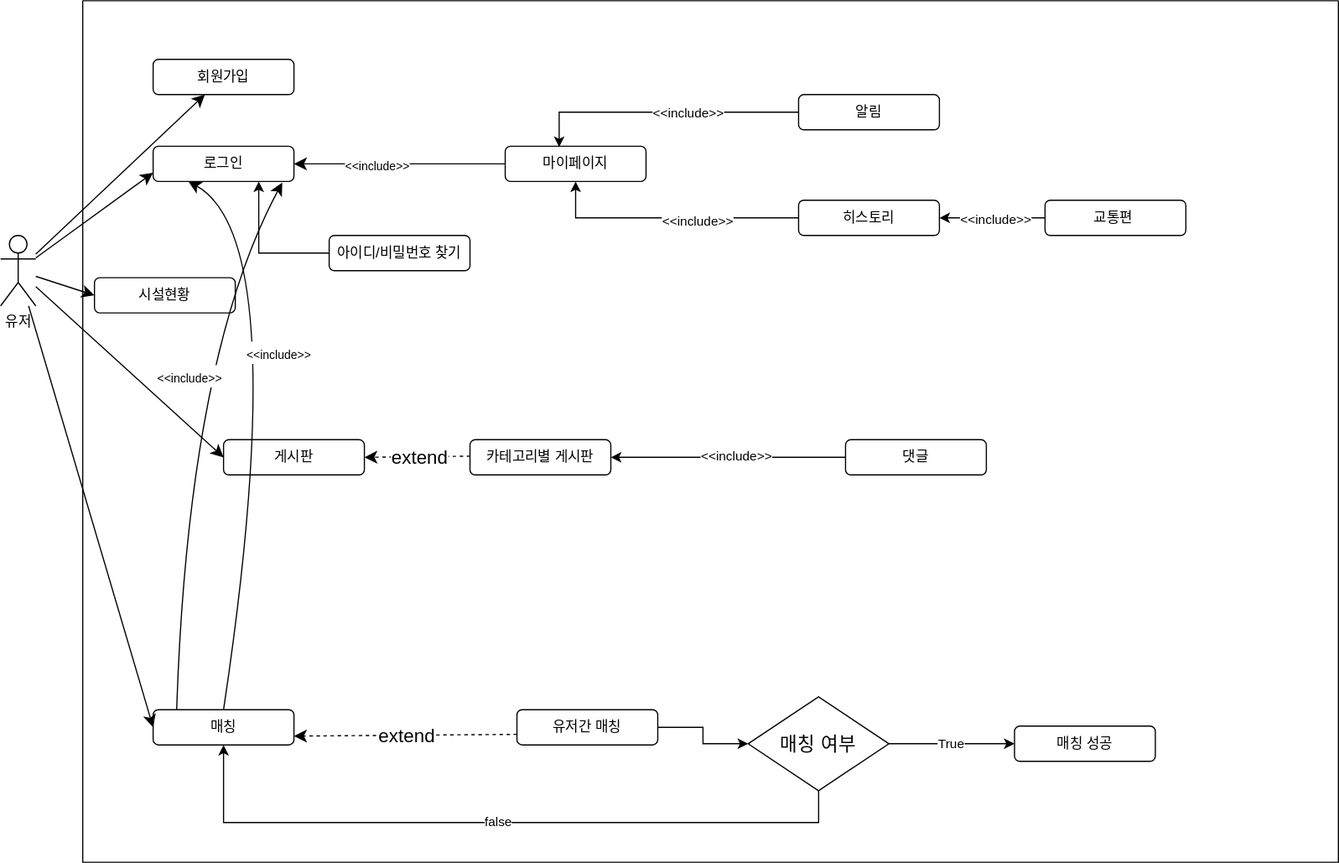
Kimminwoo02/Team_Project keeps this draw.io diagram as document/1차_수정본_UseCase.drawio.svg. Above is the earlier version. Source tidied: cells renumbered, new cells last; positions are measured from the earlier drawing's top-left corner, leaving out a move shared by most shapes.
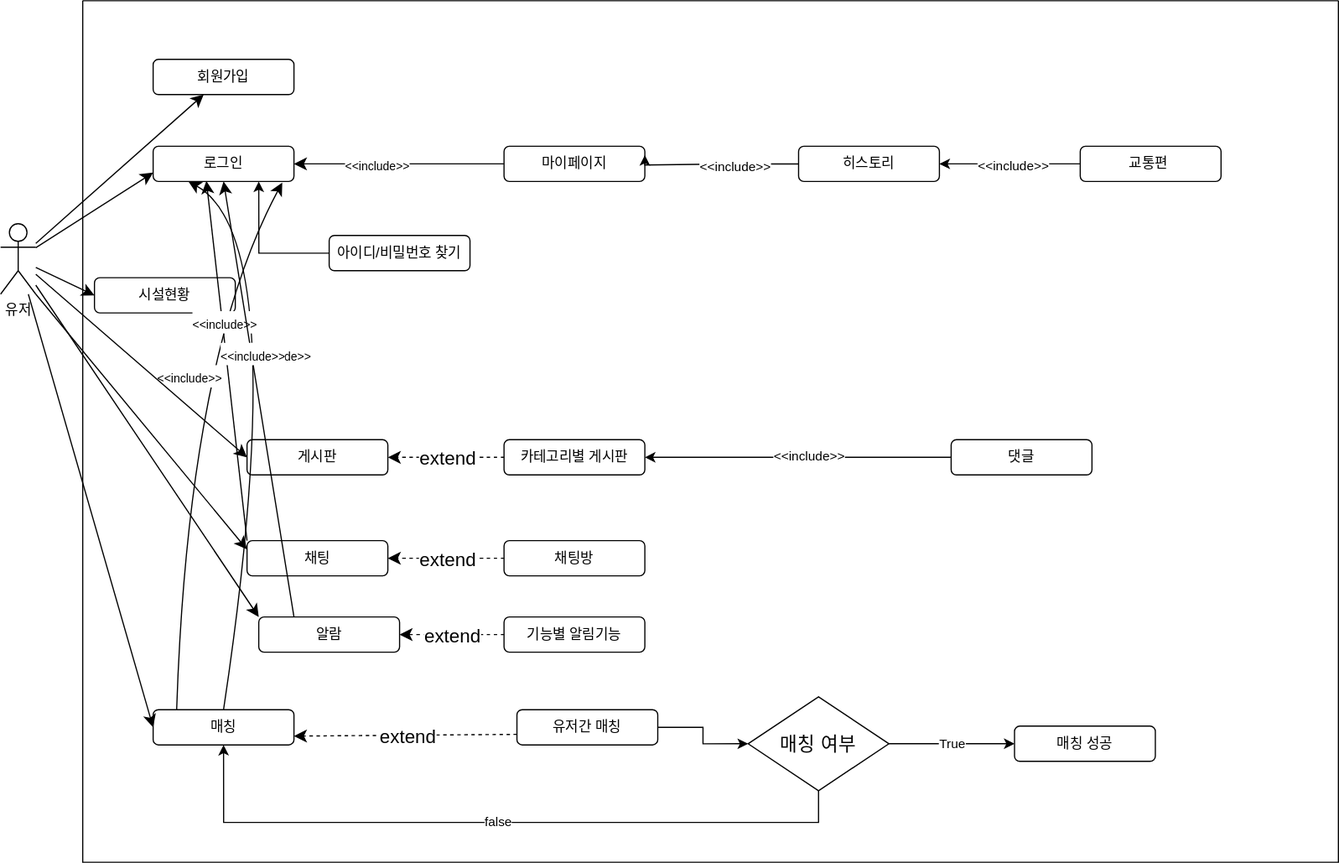
Above is the later version.

Commit message:
UseCase 2차 수정, 알람과 채팅 추가.

Diff of the diagram source:
```diff
@@ -3,7 +3,7 @@
     <mxCell id="0" />
     <mxCell id="1" parent="0" />
     <mxCell id="2" style="swimlane;startSize=0;" parent="1" vertex="1">
-      <mxGeometry x="70" width="1070" height="734" as="geometry" />
+      <mxGeometry x="70" y="10" width="1070" height="734" as="geometry" />
     </mxCell>
     <mxCell id="3" value="시설현황" style="rounded=1;whiteSpace=wrap;html=1;" parent="2" vertex="1">
       <mxGeometry x="10" y="236" width="120" height="30" as="geometry" />
@@ -12,7 +12,7 @@
       <mxGeometry x="60" y="50" width="120" height="30" as="geometry" />
     </mxCell>
     <mxCell id="5" value="게시판" style="rounded=1;whiteSpace=wrap;html=1;" parent="2" vertex="1">
-      <mxGeometry x="120" y="374" width="120" height="30" as="geometry" />
+      <mxGeometry x="140" y="374" width="120" height="30" as="geometry" />
     </mxCell>
     <mxCell id="6" value="매칭" style="rounded=1;whiteSpace=wrap;html=1;" parent="2" vertex="1">
       <mxGeometry x="60" y="604" width="120" height="30" as="geometry" />
@@ -27,7 +27,7 @@
       <mxGeometry x="0.21" y="-1" relative="1" as="geometry" />
     </mxCell>
     <mxCell id="10" value="마이페이지" style="rounded=1;whiteSpace=wrap;html=1;" parent="2" vertex="1">
-      <mxGeometry x="360" y="124" width="120" height="30" as="geometry" />
+      <mxGeometry x="359" y="124" width="120" height="30" as="geometry" />
     </mxCell>
     <mxCell id="11" style="edgeStyle=orthogonalEdgeStyle;rounded=0;jettySize=auto;html=1;entryX=0;entryY=0.5;entryDx=0;entryDy=0;" parent="2" edge="1" source="12" target="21">
       <mxGeometry relative="1" as="geometry" />
@@ -81,12 +81,10 @@
       <mxGeometry x="794" y="618" width="120" height="30" as="geometry" />
     </mxCell>
     <mxCell id="23" value="카테고리별 게시판" style="rounded=1;whiteSpace=wrap;html=1;" parent="2" vertex="1">
-      <mxGeometry x="330" y="374" width="120" height="30" as="geometry" />
+      <mxGeometry x="359" y="374" width="120" height="30" as="geometry" />
     </mxCell>
-    <mxCell id="24" style="edgeStyle=none;curved=1;rounded=0;jettySize=auto;html=1;fontSize=12;startSize=8;endSize=8;dashed=1;entryX=1;entryY=0.5;entryDx=0;entryDy=0;exitX=0;exitY=0.5;exitDx=0;exitDy=0;" parent="2" edge="1" target="5">
-      <mxGeometry relative="1" as="geometry">
-        <mxPoint x="330" y="388" as="sourcePoint" />
-      </mxGeometry>
+    <mxCell id="24" style="edgeStyle=none;curved=1;rounded=0;jettySize=auto;html=1;fontSize=12;startSize=8;endSize=8;dashed=1;entryX=1;entryY=0.5;entryDx=0;entryDy=0;exitX=0;exitY=0.5;exitDx=0;exitDy=0;" parent="2" edge="1" source="23" target="5">
+      <mxGeometry relative="1" as="geometry" />
     </mxCell>
     <mxCell id="25" value="extend" style="edgeLabel;html=1;align=center;verticalAlign=middle;fontSize=16;" parent="24" vertex="1">
       <mxGeometry x="-0.01" relative="1" as="geometry" />
@@ -98,7 +96,7 @@
       <mxGeometry x="-0.07" y="-2" relative="1" as="geometry" />
     </mxCell>
     <mxCell id="28" value="댓글" style="rounded=1;whiteSpace=wrap;html=1;" parent="2" vertex="1">
-      <mxGeometry x="650" y="374" width="120" height="30" as="geometry" />
+      <mxGeometry x="740" y="374" width="120" height="30" as="geometry" />
     </mxCell>
     <mxCell id="29" style="edgeStyle=orthogonalEdgeStyle;rounded=0;jettySize=auto;html=1;entryX=0.75;entryY=1;entryDx=0;entryDy=0;" parent="2" edge="1" source="30" target="7">
       <mxGeometry relative="1" as="geometry" />
@@ -106,17 +104,13 @@
     <mxCell id="30" value="아이디/비밀번호 찾기" style="rounded=1;whiteSpace=wrap;html=1;" parent="2" vertex="1">
       <mxGeometry x="210" y="200" width="120" height="30" as="geometry" />
     </mxCell>
-    <mxCell id="31" style="edgeStyle=orthogonalEdgeStyle;rounded=0;jettySize=auto;html=1;entryX=0.383;entryY=0.022;entryDx=0;entryDy=0;entryPerimeter=0;" parent="2" edge="1" source="33" target="10">
-      <mxGeometry relative="1" as="geometry" />
-    </mxCell>
-    <mxCell id="32" value="&amp;lt;&amp;lt;include&amp;gt;&amp;gt;" style="edgeLabel;html=1;align=center;verticalAlign=middle;" parent="31" vertex="1">
-      <mxGeometry x="-0.19" relative="1" as="geometry" />
-    </mxCell>
-    <mxCell id="33" value="알림" style="rounded=1;whiteSpace=wrap;html=1;" parent="2" vertex="1">
-      <mxGeometry x="610" y="80" width="120" height="30" as="geometry" />
-    </mxCell>
-    <mxCell id="34" style="edgeStyle=orthogonalEdgeStyle;rounded=0;jettySize=auto;html=1;entryX=0.5;entryY=1;entryDx=0;entryDy=0;" parent="2" edge="1" source="36" target="10">
-      <mxGeometry relative="1" as="geometry" />
+    <mxCell id="34" style="edgeStyle=orthogonalEdgeStyle;rounded=0;jettySize=auto;html=1;entryX=1;entryY=0.25;entryDx=0;entryDy=0;" parent="2" edge="1" source="36" target="10">
+      <mxGeometry relative="1" as="geometry">
+        <Array as="points">
+          <mxPoint x="550" y="139" />
+          <mxPoint x="479" y="140" />
+        </Array>
+      </mxGeometry>
     </mxCell>
     <mxCell id="35" value="&amp;lt;&amp;lt;include&amp;gt;&amp;gt;" style="edgeLabel;html=1;align=center;verticalAlign=middle;" parent="34" vertex="1">
       <mxGeometry x="-0.2" y="2" relative="1" as="geometry">
@@ -124,7 +118,7 @@
       </mxGeometry>
     </mxCell>
     <mxCell id="36" value="히스토리" style="rounded=1;whiteSpace=wrap;html=1;" parent="2" vertex="1">
-      <mxGeometry x="610" y="170" width="120" height="30" as="geometry" />
+      <mxGeometry x="610" y="124" width="120" height="30" as="geometry" />
     </mxCell>
     <mxCell id="37" style="edgeStyle=orthogonalEdgeStyle;rounded=0;jettySize=auto;html=1;entryX=1;entryY=0.5;entryDx=0;entryDy=0;" parent="2" edge="1" source="39" target="36">
       <mxGeometry relative="1" as="geometry" />
@@ -135,8 +129,44 @@
       </mxGeometry>
     </mxCell>
     <mxCell id="39" value="교통편&amp;nbsp;" style="rounded=1;whiteSpace=wrap;html=1;" parent="2" vertex="1">
-      <mxGeometry x="820" y="170" width="120" height="30" as="geometry" />
+      <mxGeometry x="850" y="124" width="120" height="30" as="geometry" />
     </mxCell>
+    <mxCell id="46" value="채팅" style="rounded=1;whiteSpace=wrap;html=1;" parent="2" vertex="1">
+      <mxGeometry x="140" y="460" width="120" height="30" as="geometry" />
+    </mxCell>
+    <mxCell id="47" value="채팅방" style="rounded=1;whiteSpace=wrap;html=1;" parent="2" vertex="1">
+      <mxGeometry x="359" y="460" width="120" height="30" as="geometry" />
+    </mxCell>
+    <mxCell id="48" value="알람" style="rounded=1;whiteSpace=wrap;html=1;" parent="2" vertex="1">
+      <mxGeometry x="150" y="525" width="120" height="30" as="geometry" />
+    </mxCell>
+    <mxCell id="49" value="기능별 알림기능" style="rounded=1;whiteSpace=wrap;html=1;" parent="2" vertex="1">
+      <mxGeometry x="359" y="525" width="120" height="30" as="geometry" />
+    </mxCell>
+    <mxCell id="50" style="edgeStyle=none;curved=1;rounded=0;jettySize=auto;html=1;fontSize=12;startSize=8;endSize=8;dashed=1;entryX=1;entryY=0.5;entryDx=0;entryDy=0;exitX=0;exitY=0.5;exitDx=0;exitDy=0;" parent="2" edge="1" source="49" target="48">
+      <mxGeometry relative="1" as="geometry" />
+    </mxCell>
+    <mxCell id="51" value="extend" style="edgeLabel;html=1;align=center;verticalAlign=middle;fontSize=16;" parent="50" vertex="1">
+      <mxGeometry x="-0.01" relative="1" as="geometry" />
+    </mxCell>
+    <mxCell id="52" style="edgeStyle=none;curved=1;rounded=0;jettySize=auto;html=1;fontSize=12;startSize=8;endSize=8;dashed=1;entryX=1;entryY=0.5;entryDx=0;entryDy=0;exitX=0;exitY=0.5;exitDx=0;exitDy=0;" parent="2" edge="1" source="47" target="46">
+      <mxGeometry relative="1" as="geometry" />
+    </mxCell>
+    <mxCell id="53" value="extend" style="edgeLabel;html=1;align=center;verticalAlign=middle;fontSize=16;" parent="52" vertex="1">
+      <mxGeometry x="-0.01" relative="1" as="geometry" />
+    </mxCell>
+    <mxCell id="54" style="edgeStyle=none;curved=1;rounded=0;jettySize=auto;html=1;entryX=0.378;entryY=0.985;entryDx=0;entryDy=0;fontSize=12;startSize=8;endSize=8;exitX=0;exitY=0;exitDx=0;exitDy=0;entryPerimeter=0;" parent="2" edge="1" source="46" target="7">
+      <mxGeometry relative="1" as="geometry" />
+    </mxCell>
+    <mxCell id="55" value="&lt;font style=&quot;font-size: 10px;&quot;&gt;&amp;lt;&amp;lt;include&amp;gt;&amp;gt;&lt;/font&gt;" style="edgeLabel;html=1;align=center;verticalAlign=middle;fontSize=16;" parent="54" vertex="1">
+      <mxGeometry x="0.21" y="-1" relative="1" as="geometry" />
+    </mxCell>
+    <mxCell id="56" style="edgeStyle=none;curved=1;rounded=0;jettySize=auto;html=1;entryX=0.5;entryY=1;entryDx=0;entryDy=0;fontSize=12;startSize=8;endSize=8;exitX=0.25;exitY=0;exitDx=0;exitDy=0;" parent="2" edge="1" source="48" target="7">
+      <mxGeometry relative="1" as="geometry" />
+    </mxCell>
+    <mxCell id="57" value="&lt;font style=&quot;font-size: 10px;&quot;&gt;&amp;lt;&amp;lt;include&amp;gt;&amp;gt;&lt;/font&gt;" style="edgeLabel;html=1;align=center;verticalAlign=middle;fontSize=16;" parent="56" vertex="1">
+      <mxGeometry x="0.21" y="-1" relative="1" as="geometry" />
+    </mxCell>
     <mxCell id="40" style="edgeStyle=none;curved=1;rounded=0;jettySize=auto;html=1;entryX=0;entryY=0.75;entryDx=0;entryDy=0;fontSize=12;startSize=8;endSize=8;" parent="1" edge="1" source="44" target="7">
       <mxGeometry relative="1" as="geometry" />
     </mxCell>
@@ -155,5 +185,11 @@
     <mxCell id="45" style="edgeStyle=none;curved=1;rounded=0;jettySize=auto;html=1;fontSize=12;startSize=8;endSize=8;" parent="1" edge="1" source="44" target="4">
       <mxGeometry relative="1" as="geometry" />
     </mxCell>
+    <mxCell id="58" style="edgeStyle=none;curved=1;rounded=0;jettySize=auto;html=1;entryX=0;entryY=0;entryDx=0;entryDy=0;fontSize=12;startSize=8;endSize=8;" parent="1" edge="1" source="44" target="48">
+      <mxGeometry relative="1" as="geometry" />
+    </mxCell>
+    <mxCell id="59" style="edgeStyle=none;curved=1;rounded=0;jettySize=auto;html=1;entryX=0;entryY=0.25;entryDx=0;entryDy=0;fontSize=12;startSize=8;endSize=8;exitX=1;exitY=1;exitDx=0;exitDy=0;exitPerimeter=0;" parent="1" edge="1" source="44" target="46">
+      <mxGeometry relative="1" as="geometry" />
+    </mxCell>
   </root>
 </mxGraphModel>
```
